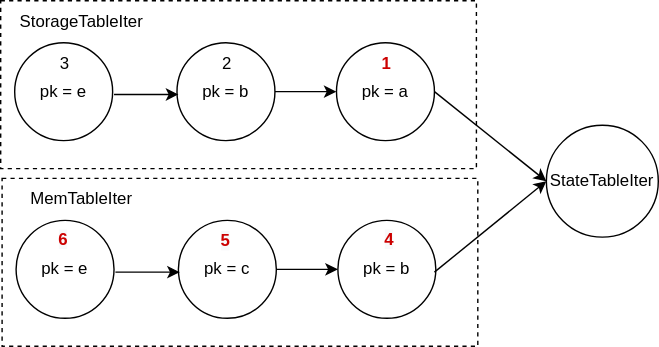
Before: docs/images/relational-table-layer/relational-table-02.svg, a diagram exported from draw.io (risingwavelabs/risingwave). Source tidied: cells renumbered, new cells last; positions are measured from the earlier drawing's top-left corner, leaving out a move shared by most shapes.
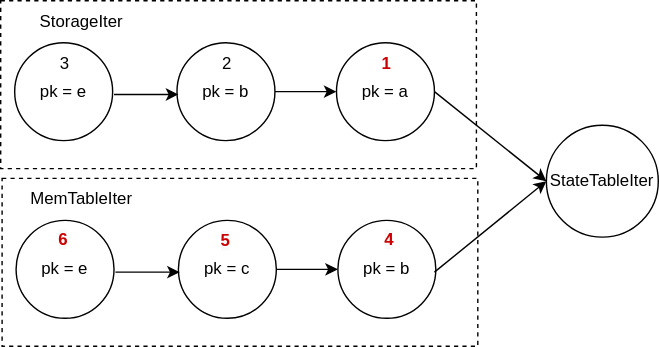
After the change.

Diff of the diagram source:
```diff
@@ -78,7 +78,7 @@
     <mxCell id="23" value="&lt;span style=&quot;font-family: Helvetica; font-size: 12px; font-style: normal; font-variant-ligatures: normal; font-variant-caps: normal; letter-spacing: normal; orphans: 2; text-align: center; text-indent: 0px; text-transform: none; widows: 2; word-spacing: 0px; -webkit-text-stroke-width: 0px; background-color: rgb(248, 249, 250); text-decoration-thickness: initial; text-decoration-style: initial; text-decoration-color: initial; float: none; display: inline !important;&quot;&gt;&lt;b style=&quot;&quot;&gt;&lt;font color=&quot;#cc0000&quot;&gt;6&lt;/font&gt;&lt;/b&gt;&lt;/span&gt;" style="text;html=1;strokeColor=none;fillColor=none;align=center;verticalAlign=middle;whiteSpace=wrap;rounded=0;dashed=1;" parent="1" vertex="1">
       <mxGeometry x="15" y="156" width="60" height="30" as="geometry" />
     </mxCell>
-    <mxCell id="24" value="StorageTableIter" style="text;html=1;strokeColor=none;fillColor=none;align=center;verticalAlign=middle;whiteSpace=wrap;rounded=0;dashed=1;" parent="1" vertex="1">
+    <mxCell id="24" value="StorageIter" style="text;html=1;strokeColor=none;fillColor=none;align=center;verticalAlign=middle;whiteSpace=wrap;rounded=0;dashed=1;" parent="1" vertex="1">
       <mxGeometry x="1" width="114" height="30" as="geometry" />
     </mxCell>
   </root>
```
